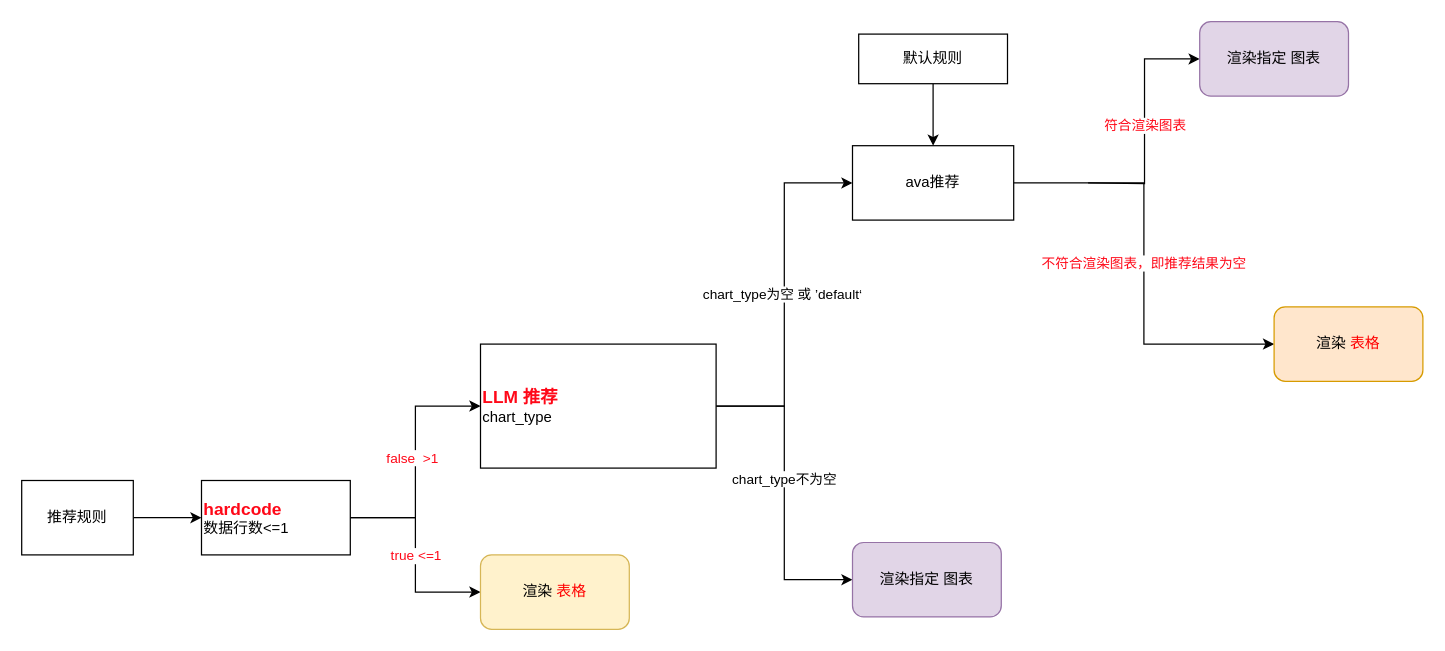
The draw.io diagram antv/ava 推荐规则.drawio in wbbhacker/drawFile, before the edit. Source tidied: cells renumbered, new cells numbered last; positions are measured from the earlier drawing's top-left corner, leaving out a move shared by most shapes. Both pictures are drawn from the tidied source at 124%, with x=0, y=0 at pixel (21, 21).
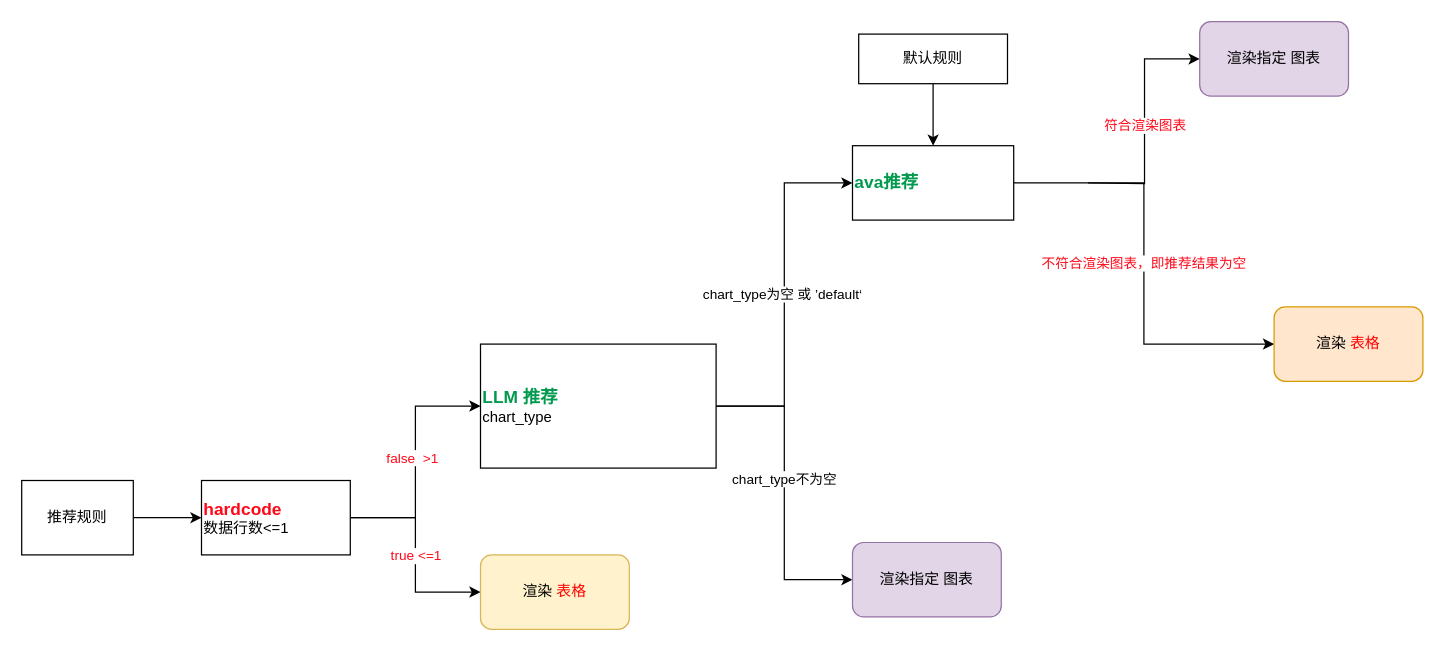
Above is the later version.

Commit message (it also covers changes not shown here):
更新ava 推荐规则.drawio

What changed in the source:
```diff
@@
-    <mxCell id="7" value="&lt;div style=&quot;&quot;&gt;&lt;font color=&quot;#ff0818&quot;&gt;&lt;span style=&quot;font-size: 14px;&quot;&gt;&lt;b&gt;LLM 推荐&lt;/b&gt;&lt;/span&gt;&lt;/font&gt;&lt;/div&gt;&lt;div style=&quot;&quot;&gt;chart_type&lt;/div&gt;" style="rounded=0;whiteSpace=wrap;html=1;align=left;" parent="1" vertex="1">
+    <mxCell id="7" value="&lt;div style=&quot;&quot;&gt;&lt;span style=&quot;font-size: 14px;&quot;&gt;&lt;b style=&quot;&quot;&gt;&lt;font color=&quot;#00994d&quot;&gt;LLM 推荐&lt;/font&gt;&lt;/b&gt;&lt;/span&gt;&lt;/div&gt;&lt;div style=&quot;&quot;&gt;chart_type&lt;/div&gt;" style="rounded=0;whiteSpace=wrap;html=1;align=left;" parent="1" vertex="1">
       <mxGeometry x="370" y="260" width="190" height="100" as="geometry" />
     </mxCell>
@@
-    <mxCell id="9" value="ava推荐" style="rounded=0;whiteSpace=wrap;html=1;" parent="1" vertex="1">
+    <mxCell id="9" value="&lt;font color=&quot;#00994d&quot; style=&quot;font-size: 14px;&quot;&gt;&lt;b style=&quot;&quot;&gt;ava推荐&lt;/b&gt;&lt;/font&gt;" style="rounded=0;whiteSpace=wrap;html=1;align=left;" parent="1" vertex="1">
       <mxGeometry x="670" y="100" width="130" height="60" as="geometry" />
     </mxCell>
```
